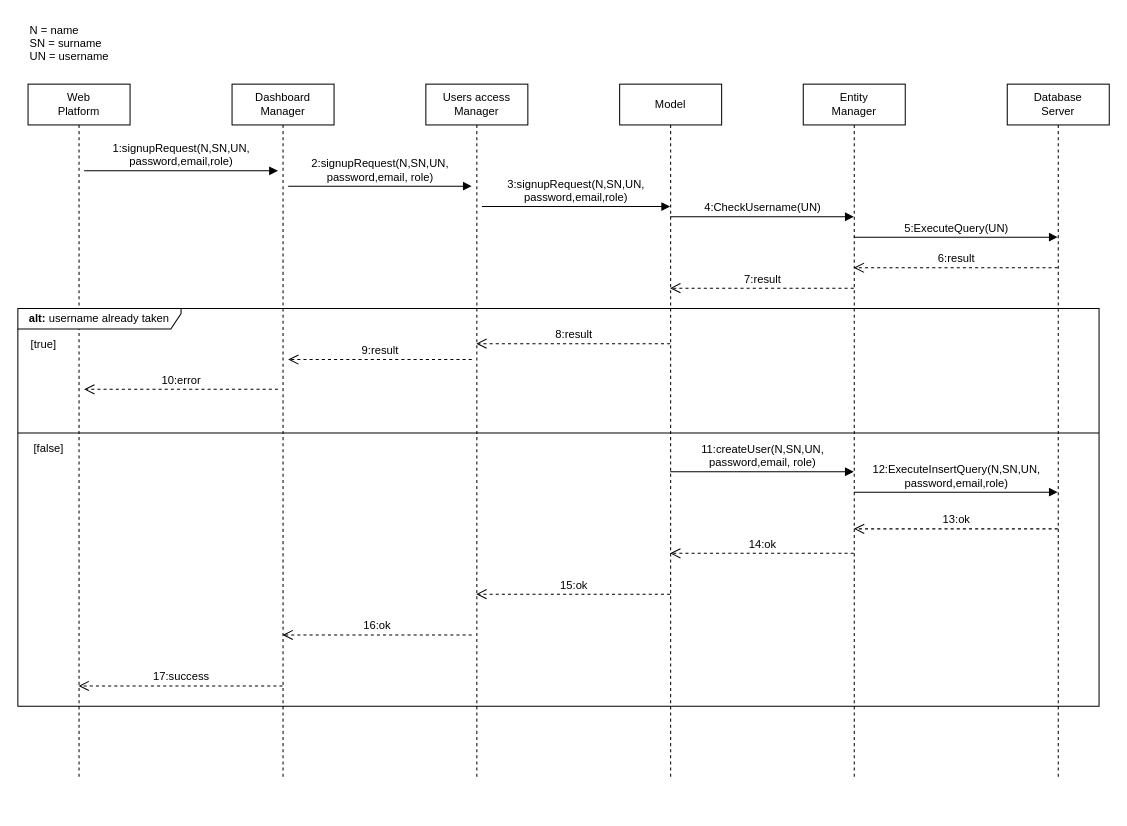
The draw.io diagram page "SignUp" (1 of 18) of diagrams/Runtime diagrams/RuntimeDiagrams.drawio in mttcrn/software-engineering-II-project, before the edit. Source tidied: cells renumbered, new cells numbered last; positions are measured from the earlier drawing's top-left corner, leaving out a move shared by most shapes. Both pictures are drawn from the tidied source at 102%, with x=0, y=0 at pixel (17, 17).
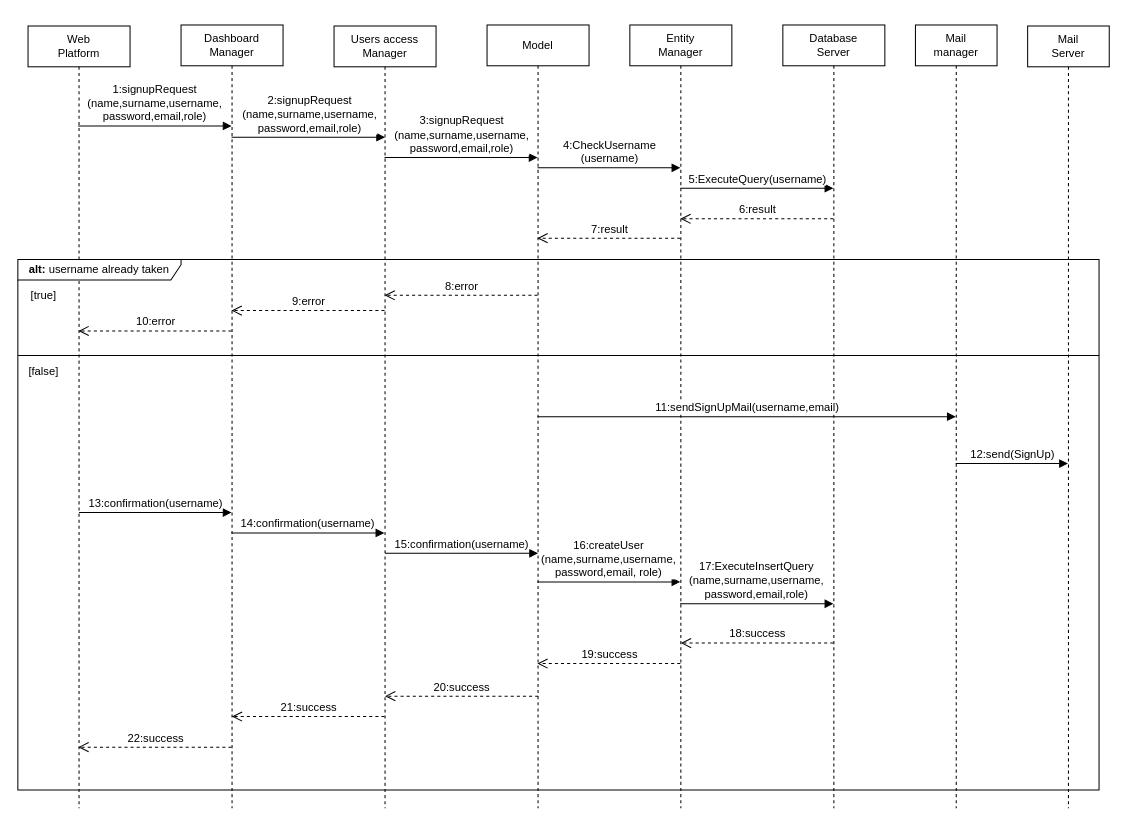
The same page after the edit.

What changed in the source:
```diff
@@
     <mxCell id="2" value="Web&lt;br style=&quot;font-size: 11px;&quot;&gt;Platform" style="shape=umlLifeline;perimeter=lifelinePerimeter;whiteSpace=wrap;html=1;outlineConnect=0;portConstraint=eastwest;newEdgeStyle={&quot;curved&quot;:0,&quot;rounded&quot;:0};fontSize=11;" parent="1" vertex="1">
-      <mxGeometry x="10" y="65" width="100" height="680" as="geometry" />
+      <mxGeometry x="10" y="8" width="100" height="767" as="geometry" />
     </mxCell>
     <mxCell id="3" value="Dashboard&lt;br style=&quot;font-size: 11px;&quot;&gt;Manager" style="shape=umlLifeline;perimeter=lifelinePerimeter;whiteSpace=wrap;html=1;outlineConnect=0;portConstraint=eastwest;newEdgeStyle={&quot;curved&quot;:0,&quot;rounded&quot;:0};fontSize=11;" parent="1" vertex="1">
-      <mxGeometry x="210" y="65" width="100" height="680" as="geometry" />
+      <mxGeometry x="160" y="7" width="100" height="768" as="geometry" />
     </mxCell>
     <mxCell id="4" value="Database&lt;br style=&quot;font-size: 11px;&quot;&gt;Server" style="shape=umlLifeline;perimeter=lifelinePerimeter;whiteSpace=wrap;html=1;outlineConnect=0;portConstraint=eastwest;newEdgeStyle={&quot;curved&quot;:0,&quot;rounded&quot;:0};fontSize=11;" parent="1" vertex="1">
-      <mxGeometry x="970" y="65" width="100" height="680" as="geometry" />
+      <mxGeometry x="750" y="7" width="100" height="768" as="geometry" />
     </mxCell>
     <mxCell id="5" value="Model" style="shape=umlLifeline;perimeter=lifelinePerimeter;whiteSpace=wrap;html=1;outlineConnect=0;portConstraint=eastwest;newEdgeStyle={&quot;curved&quot;:0,&quot;rounded&quot;:0};fontSize=11;" parent="1" vertex="1">
-      <mxGeometry x="590" y="65" width="100" height="680" as="geometry" />
+      <mxGeometry x="460" y="7" width="100" height="768" as="geometry" />
     </mxCell>
     <mxCell id="6" value="Users access&lt;br style=&quot;font-size: 11px;&quot;&gt;Manager" style="shape=umlLifeline;perimeter=lifelinePerimeter;whiteSpace=wrap;html=1;outlineConnect=0;portConstraint=eastwest;newEdgeStyle={&quot;curved&quot;:0,&quot;rounded&quot;:0};fontSize=11;" parent="1" vertex="1">
-      <mxGeometry x="400" y="65" width="100" height="680" as="geometry" />
+      <mxGeometry x="310" y="8" width="100" height="767" as="geometry" />
     </mxCell>
-    <mxCell id="7" value="&lt;font style=&quot;font-size: 11px;&quot;&gt;1:signupRequest(N,SN,UN,&lt;br style=&quot;font-size: 11px;&quot;&gt;password,email,role)&lt;/font&gt;" style="html=1;verticalAlign=bottom;endArrow=block;curved=0;rounded=0;fontSize=11;" parent="1" edge="1">
+    <mxCell id="7" value="&lt;font style=&quot;font-size: 11px;&quot;&gt;1:signupRequest&lt;br style=&quot;font-size: 11px;&quot;&gt;(name,surname,username,&lt;br style=&quot;font-size: 11px;&quot;&gt;password,email,role)&lt;/font&gt;" style="html=1;verticalAlign=bottom;endArrow=block;curved=0;rounded=0;fontSize=11;" parent="1" edge="1">
       <mxGeometry relative="1" as="geometry">
-        <mxPoint x="65" y="150" as="sourcePoint" />
-        <mxPoint x="255" y="150" as="targetPoint" />
+        <mxPoint x="59.1" y="106" as="sourcePoint" />
+        <mxPoint x="209.5" y="106" as="targetPoint" />
         <Array as="points">
-          <mxPoint x="200" y="150" />
+          <mxPoint x="200" y="106" />
         </Array>
       </mxGeometry>
     </mxCell>
     <mxCell id="8" value="6:result" style="html=1;verticalAlign=bottom;endArrow=open;dashed=1;endSize=8;curved=0;rounded=0;fontSize=11;" parent="1" edge="1" source="4" target="10">
       <mxGeometry relative="1" as="geometry">
         <Array as="points">
-          <mxPoint x="930" y="245" />
+          <mxPoint x="760" y="197" />
         </Array>
       </mxGeometry>
     </mxCell>
-    <mxCell id="9" value="&lt;font style=&quot;font-size: 11px;&quot;&gt;2:signupRequest(N,SN,UN,&lt;br style=&quot;font-size: 11px;&quot;&gt;password,email, role)&lt;/font&gt;" style="html=1;verticalAlign=bottom;endArrow=block;curved=0;rounded=0;fontSize=11;" parent="1" edge="1">
+    <mxCell id="9" value="2:signupRequest&lt;br style=&quot;border-color: var(--border-color); font-size: 11px;&quot;&gt;(name,surname,username,&lt;br style=&quot;border-color: var(--border-color); font-size: 11px;&quot;&gt;password,email,role)" style="html=1;verticalAlign=bottom;endArrow=block;curved=0;rounded=0;fontSize=11;" parent="1" edge="1" source="3" target="6">
       <mxGeometry relative="1" as="geometry">
-        <mxPoint x="265" y="165" as="sourcePoint" />
-        <mxPoint x="445" y="165" as="targetPoint" />
         <Array as="points">
-          <mxPoint x="360" y="165" />
+          <mxPoint x="360" y="117" />
         </Array>
       </mxGeometry>
     </mxCell>
     <mxCell id="10" value="Entity&lt;br style=&quot;font-size: 11px;&quot;&gt;Manager" style="shape=umlLifeline;perimeter=lifelinePerimeter;whiteSpace=wrap;html=1;outlineConnect=0;portConstraint=eastwest;newEdgeStyle={&quot;curved&quot;:0,&quot;rounded&quot;:0};fontSize=11;" parent="1" vertex="1">
-      <mxGeometry x="770" y="65" width="100" height="680" as="geometry" />
+      <mxGeometry x="600" y="7" width="100" height="768" as="geometry" />
     </mxCell>
-    <mxCell id="11" value="&lt;font style=&quot;font-size: 11px;&quot;&gt;N = name&lt;br style=&quot;font-size: 11px;&quot;&gt;SN = surname&lt;br style=&quot;font-size: 11px;&quot;&gt;UN = username&lt;/font&gt;" style="text;html=1;align=left;verticalAlign=middle;strokeColor=none;fillColor=none;fontSize=11;" parent="1" vertex="1">
-      <mxGeometry x="10" width="100" height="50" as="geometry" />
-    </mxCell>
-    <mxCell id="12" value="&lt;font style=&quot;font-size: 11px;&quot;&gt;3:signupRequest(N,SN,UN,&lt;br style=&quot;font-size: 11px;&quot;&gt;password,email,role)&lt;/font&gt;" style="html=1;verticalAlign=bottom;endArrow=block;curved=0;rounded=0;fontSize=11;" parent="1" edge="1" target="5">
+    <mxCell id="12" value="3:signupRequest&lt;br style=&quot;border-color: var(--border-color); font-size: 11px;&quot;&gt;(name,surname,username,&lt;br style=&quot;border-color: var(--border-color); font-size: 11px;&quot;&gt;password,email,role)" style="html=1;verticalAlign=bottom;endArrow=block;curved=0;rounded=0;fontSize=11;" parent="1" edge="1" source="6" target="5">
       <mxGeometry relative="1" as="geometry">
-        <mxPoint x="455" y="185" as="sourcePoint" />
         <Array as="points">
-          <mxPoint x="540" y="185" />
+          <mxPoint x="430" y="137" />
         </Array>
       </mxGeometry>
     </mxCell>
-    <mxCell id="13" value="4:CheckUsername(UN)" style="html=1;verticalAlign=bottom;endArrow=block;curved=0;rounded=0;fontSize=11;" parent="1" edge="1" source="5" target="10">
+    <mxCell id="13" value="4:CheckUsername&lt;br style=&quot;font-size: 11px;&quot;&gt;(username)" style="html=1;verticalAlign=bottom;endArrow=block;curved=0;rounded=0;fontSize=11;" parent="1" edge="1" source="5" target="10">
       <mxGeometry relative="1" as="geometry">
         <Array as="points">
-          <mxPoint x="730" y="195" />
+          <mxPoint x="590" y="147" />
         </Array>
       </mxGeometry>
     </mxCell>
-    <mxCell id="14" value="5:ExecuteQuery(UN)" style="html=1;verticalAlign=bottom;endArrow=block;curved=0;rounded=0;fontSize=11;" parent="1" edge="1" source="10" target="4">
+    <mxCell id="14" value="5:ExecuteQuery(username)" style="html=1;verticalAlign=bottom;endArrow=block;curved=0;rounded=0;fontSize=11;" parent="1" edge="1" source="10" target="4">
       <mxGeometry relative="1" as="geometry">
         <Array as="points">
-          <mxPoint x="930" y="215" />
+          <mxPoint x="740" y="167" />
         </Array>
       </mxGeometry>
     </mxCell>
     <mxCell id="15" value="&lt;font style=&quot;font-size: 11px;&quot;&gt;&lt;b style=&quot;font-size: 11px;&quot;&gt;alt: &lt;/b&gt;username already taken&lt;/font&gt;" style="shape=umlFrame;whiteSpace=wrap;html=1;width=160;height=20;fontSize=11;" parent="1" vertex="1">
-      <mxGeometry y="285" width="1060" height="390" as="geometry" />
+      <mxGeometry y="237" width="1060" height="520" as="geometry" />
     </mxCell>
-    <mxCell id="16" value="7:result" style="html=1;verticalAlign=bottom;endArrow=open;dashed=1;endSize=8;curved=0;rounded=0;fontSize=11;" parent="1" edge="1" source="10" target="5">
+    <mxCell id="16" value="7:result" style="html=1;verticalAlign=bottom;endArrow=open;dashed=1;endSize=8;curved=0;rounded=0;fontSize=11;" parent="1" edge="1">
       <mxGeometry relative="1" as="geometry">
-        <Array as="points">
-          <mxPoint x="735" y="265" />
-        </Array>
+        <mxPoint x="649.5" y="216" as="sourcePoint" />
+        <mxPoint x="509.3" y="216" as="targetPoint" />
       </mxGeometry>
     </mxCell>
     <mxCell id="17" value="&lt;font style=&quot;font-size: 11px;&quot;&gt;[true]&lt;/font&gt;" style="text;html=1;align=center;verticalAlign=middle;strokeColor=none;fillColor=none;fontSize=11;" parent="1" vertex="1">
-      <mxGeometry y="305" width="50" height="30" as="geometry" />
+      <mxGeometry y="257" width="50" height="30" as="geometry" />
     </mxCell>
-    <mxCell id="18" value="8:result" style="html=1;verticalAlign=bottom;endArrow=open;dashed=1;endSize=8;curved=0;rounded=0;fontSize=11;" parent="1" edge="1" source="5" target="6">
+    <mxCell id="18" value="8:error" style="html=1;verticalAlign=bottom;endArrow=open;dashed=1;endSize=8;curved=0;rounded=0;fontSize=11;" parent="1" edge="1" source="5" target="6">
       <mxGeometry relative="1" as="geometry">
         <Array as="points">
-          <mxPoint x="555" y="319.4" />
+          <mxPoint x="440" y="272" />
         </Array>
       </mxGeometry>
     </mxCell>
-    <mxCell id="19" value="9:result" style="html=1;verticalAlign=bottom;endArrow=open;dashed=1;endSize=8;curved=0;rounded=0;fontSize=11;" parent="1" edge="1">
+    <mxCell id="19" value="9:error" style="html=1;verticalAlign=bottom;endArrow=open;dashed=1;endSize=8;curved=0;rounded=0;fontSize=11;" parent="1" edge="1" source="6" target="3">
       <mxGeometry relative="1" as="geometry">
-        <mxPoint x="445" y="335" as="sourcePoint" />
-        <mxPoint x="265" y="335" as="targetPoint" />
         <Array as="points">
-          <mxPoint x="370" y="335" />
+          <mxPoint x="320" y="287" />
         </Array>
       </mxGeometry>
     </mxCell>
-    <mxCell id="20" value="10:error" style="html=1;verticalAlign=bottom;endArrow=open;dashed=1;endSize=8;curved=0;rounded=0;fontSize=11;" parent="1" edge="1">
+    <mxCell id="20" value="10:error" style="html=1;verticalAlign=bottom;endArrow=open;dashed=1;endSize=8;curved=0;rounded=0;fontSize=11;" parent="1" edge="1" source="3">
       <mxGeometry relative="1" as="geometry">
-        <mxPoint x="255" y="364.2" as="sourcePoint" />
-        <mxPoint x="65" y="364.2" as="targetPoint" />
+        <mxPoint x="59.4" y="307" as="targetPoint" />
         <Array as="points">
-          <mxPoint x="160" y="364.2" />
+          <mxPoint x="160" y="307" />
         </Array>
       </mxGeometry>
     </mxCell>
     <mxCell id="21" style="line;strokeWidth=1;fillColor=none;align=left;verticalAlign=middle;spacingTop=-1;spacingLeft=3;spacingRight=3;labelPosition=right;strokeColor=inherit;fontSize=11;" parent="1" vertex="1">
-      <mxGeometry y="403" width="1060" height="8" as="geometry" />
+      <mxGeometry y="327" width="1060" height="8" as="geometry" />
     </mxCell>
     <mxCell id="22" value="[false]" style="text;html=1;align=center;verticalAlign=middle;strokeColor=none;fillColor=none;fontSize=11;" parent="1" vertex="1">
-      <mxGeometry x="5" y="407" width="50" height="30" as="geometry" />
+      <mxGeometry y="332" width="50" height="30" as="geometry" />
     </mxCell>
-    <mxCell id="23" value="&lt;font style=&quot;font-size: 11px;&quot;&gt;11:createUser(N,SN,UN,&lt;br style=&quot;font-size: 11px;&quot;&gt;password,email, role)&lt;/font&gt;" style="html=1;verticalAlign=bottom;endArrow=block;curved=0;rounded=0;fontSize=11;" parent="1" edge="1" source="5" target="10">
+    <mxCell id="23" value="&lt;font style=&quot;font-size: 11px;&quot;&gt;16:createUser&lt;br style=&quot;font-size: 11px;&quot;&gt;(name,surname,username,&lt;br style=&quot;font-size: 11px;&quot;&gt;password,email, role)&lt;/font&gt;" style="html=1;verticalAlign=bottom;endArrow=block;curved=0;rounded=0;fontSize=11;" parent="1" edge="1">
       <mxGeometry relative="1" as="geometry">
+        <mxPoint x="509.3" y="553" as="sourcePoint" />
+        <mxPoint x="649.5" y="553" as="targetPoint" />
         <Array as="points">
-          <mxPoint x="730" y="445" />
+          <mxPoint x="630" y="553" />
         </Array>
       </mxGeometry>
     </mxCell>
-    <mxCell id="24" value="&lt;font style=&quot;font-size: 11px;&quot;&gt;12:ExecuteInsertQuery(N,SN,UN,&lt;br style=&quot;font-size: 11px;&quot;&gt;password,email,role)&lt;/font&gt;" style="html=1;verticalAlign=bottom;endArrow=block;curved=0;rounded=0;fontSize=11;" parent="1" edge="1">
+    <mxCell id="24" value="&lt;font style=&quot;font-size: 11px;&quot;&gt;17:ExecuteInsertQuery&lt;br style=&quot;font-size: 11px;&quot;&gt;(name,surname,username,&lt;br style=&quot;font-size: 11px;&quot;&gt;password,email,role)&lt;/font&gt;" style="html=1;verticalAlign=bottom;endArrow=block;curved=0;rounded=0;fontSize=11;" parent="1" edge="1">
       <mxGeometry relative="1" as="geometry">
-        <mxPoint x="819.7" y="465" as="sourcePoint" />
-        <mxPoint x="1019.5" y="465" as="targetPoint" />
+        <mxPoint x="649.3" y="574.4" as="sourcePoint" />
+        <mxPoint x="799.5" y="574.4" as="targetPoint" />
       </mxGeometry>
     </mxCell>
-    <mxCell id="25" value="13:ok" style="html=1;verticalAlign=bottom;endArrow=open;dashed=1;endSize=8;curved=0;rounded=0;fontSize=11;" parent="1" edge="1">
+    <mxCell id="25" value="18:success" style="html=1;verticalAlign=bottom;endArrow=open;dashed=1;endSize=8;curved=0;rounded=0;fontSize=11;" parent="1" edge="1" source="4">
       <mxGeometry relative="1" as="geometry">
-        <mxPoint x="1019.5" y="501" as="sourcePoint" />
-        <mxPoint x="819.7" y="501" as="targetPoint" />
+        <mxPoint x="650" y="613" as="targetPoint" />
       </mxGeometry>
     </mxCell>
-    <mxCell id="26" value="14:ok" style="html=1;verticalAlign=bottom;endArrow=open;dashed=1;endSize=8;curved=0;rounded=0;fontSize=11;" parent="1" edge="1" source="10" target="5">
+    <mxCell id="26" value="19:success" style="html=1;verticalAlign=bottom;endArrow=open;dashed=1;endSize=8;curved=0;rounded=0;fontSize=11;" parent="1" edge="1">
       <mxGeometry relative="1" as="geometry">
+        <mxPoint x="649.5" y="633" as="sourcePoint" />
+        <mxPoint x="509.3" y="633" as="targetPoint" />
         <Array as="points">
-          <mxPoint x="755" y="525" />
+          <mxPoint x="610" y="633" />
         </Array>
       </mxGeometry>
     </mxCell>
-    <mxCell id="27" value="15:ok" style="html=1;verticalAlign=bottom;endArrow=open;dashed=1;endSize=8;curved=0;rounded=0;fontSize=11;" parent="1" edge="1" source="5" target="6">
+    <mxCell id="27" value="20:success" style="html=1;verticalAlign=bottom;endArrow=open;dashed=1;endSize=8;curved=0;rounded=0;fontSize=11;" parent="1" edge="1">
       <mxGeometry relative="1" as="geometry">
-        <Array as="points">
-          <mxPoint x="555" y="565" />
-        </Array>
+        <mxPoint x="510.2" y="665" as="sourcePoint" />
+        <mxPoint x="360" y="665" as="targetPoint" />
       </mxGeometry>
     </mxCell>
-    <mxCell id="28" value="16:ok" style="html=1;verticalAlign=bottom;endArrow=open;dashed=1;endSize=8;curved=0;rounded=0;fontSize=11;" parent="1" edge="1" target="3">
+    <mxCell id="28" value="21:success" style="html=1;verticalAlign=bottom;endArrow=open;dashed=1;endSize=8;curved=0;rounded=0;fontSize=11;" parent="1" edge="1">
       <mxGeometry relative="1" as="geometry">
-        <mxPoint x="445" y="605" as="sourcePoint" />
-        <Array as="points">
-          <mxPoint x="365" y="605" />
-        </Array>
+        <mxPoint x="359.5" y="685" as="sourcePoint" />
+        <mxPoint x="209.8" y="685" as="targetPoint" />
       </mxGeometry>
     </mxCell>
-    <mxCell id="29" value="17:success" style="html=1;verticalAlign=bottom;endArrow=open;dashed=1;endSize=8;curved=0;rounded=0;fontSize=11;" parent="1" edge="1" source="3" target="2">
+    <mxCell id="29" value="22:success" style="html=1;verticalAlign=bottom;endArrow=open;dashed=1;endSize=8;curved=0;rounded=0;fontSize=11;" parent="1" edge="1">
       <mxGeometry relative="1" as="geometry">
+        <mxPoint x="209.5" y="715" as="sourcePoint" />
+        <mxPoint x="59.3" y="715" as="targetPoint" />
         <Array as="points">
-          <mxPoint x="175" y="655" />
+          <mxPoint x="175" y="715" />
         </Array>
       </mxGeometry>
     </mxCell>
+    <mxCell id="30" value="Mail&lt;br style=&quot;font-size: 11px;&quot;&gt;manager" style="shape=umlLifeline;perimeter=lifelinePerimeter;whiteSpace=wrap;html=1;outlineConnect=0;portConstraint=eastwest;newEdgeStyle={&quot;curved&quot;:0,&quot;rounded&quot;:0};fontSize=11;" parent="1" vertex="1">
+      <mxGeometry x="880" y="7" width="80" height="768" as="geometry" />
+    </mxCell>
+    <mxCell id="31" value="Mail&lt;br style=&quot;font-size: 11px;&quot;&gt;Server" style="shape=umlLifeline;perimeter=lifelinePerimeter;whiteSpace=wrap;html=1;outlineConnect=0;portConstraint=eastwest;newEdgeStyle={&quot;curved&quot;:0,&quot;rounded&quot;:0};fontSize=11;" parent="1" vertex="1">
+      <mxGeometry x="990" y="8" width="80" height="767" as="geometry" />
+    </mxCell>
+    <mxCell id="32" value="11:sendSignUpMail(username,email)" style="html=1;verticalAlign=bottom;endArrow=block;curved=0;rounded=0;fontSize=11;" parent="1" edge="1" source="5" target="30">
+      <mxGeometry relative="1" as="geometry" />
+    </mxCell>
+    <mxCell id="33" value="12:send(SignUp)" style="html=1;verticalAlign=bottom;endArrow=block;curved=0;rounded=0;fontSize=11;" parent="1" edge="1" source="30" target="31">
+      <mxGeometry relative="1" as="geometry">
+        <Array as="points">
+          <mxPoint x="940" y="437" />
+        </Array>
+      </mxGeometry>
+    </mxCell>
+    <mxCell id="34" value="13:confirmation(username)" style="html=1;verticalAlign=bottom;endArrow=block;curved=0;rounded=0;fontSize=11;" parent="1" edge="1">
+      <mxGeometry relative="1" as="geometry">
+        <mxPoint x="60" y="485" as="sourcePoint" />
+        <mxPoint x="209.5" y="485" as="targetPoint" />
+        <Array as="points">
+          <mxPoint x="191.5" y="485" />
+        </Array>
+      </mxGeometry>
+    </mxCell>
+    <mxCell id="35" value="14:confirmation(username)" style="html=1;verticalAlign=bottom;endArrow=block;curved=0;rounded=0;fontSize=11;" parent="1" edge="1">
+      <mxGeometry relative="1" as="geometry">
+        <mxPoint x="209.3" y="505" as="sourcePoint" />
+        <mxPoint x="359.3" y="505" as="targetPoint" />
+      </mxGeometry>
+    </mxCell>
+    <mxCell id="36" value="15:confirmation(username)" style="html=1;verticalAlign=bottom;endArrow=block;curved=0;rounded=0;fontSize=11;" parent="1" edge="1">
+      <mxGeometry relative="1" as="geometry">
+        <mxPoint x="360" y="525" as="sourcePoint" />
+        <mxPoint x="510" y="525" as="targetPoint" />
+      </mxGeometry>
+    </mxCell>
```
